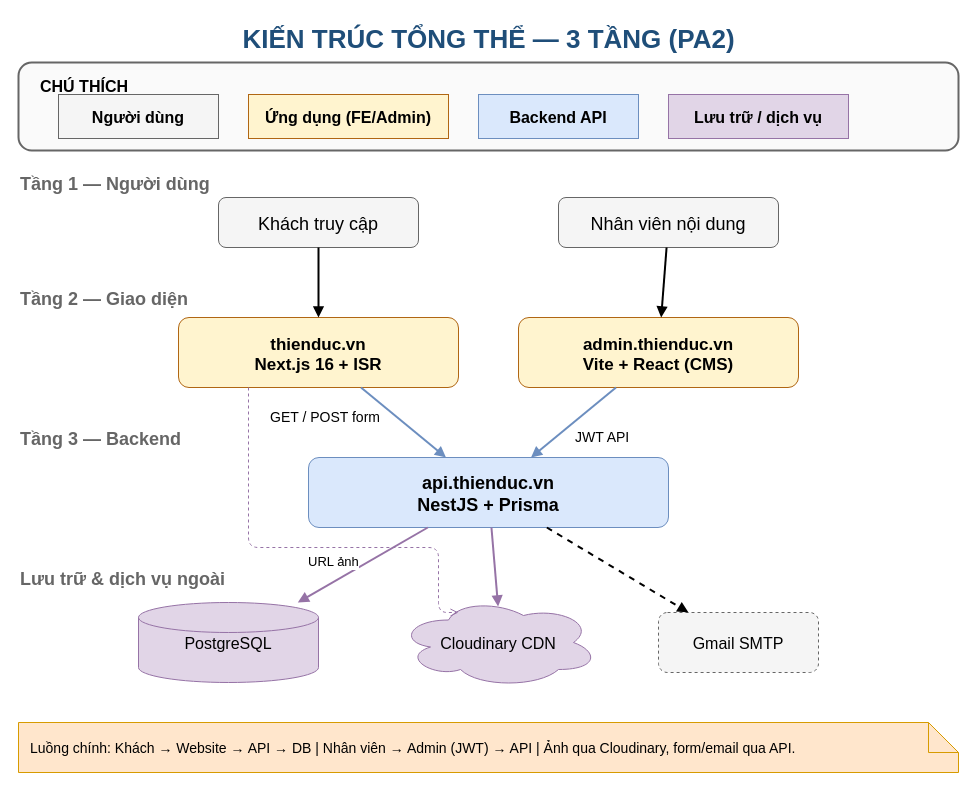
Before: 02-architecture/diagrams/05-kien-truc-3-tang.drawio in CESxMidas/thien-duc-website-docs, a draw.io diagram. Source tidied: cells renumbered, new cells numbered last; positions are measured from the earlier drawing's top-left corner, leaving out a move shared by most shapes. Both pictures are drawn from the tidied source at 100%, with x=0, y=0 at pixel (18, 17).
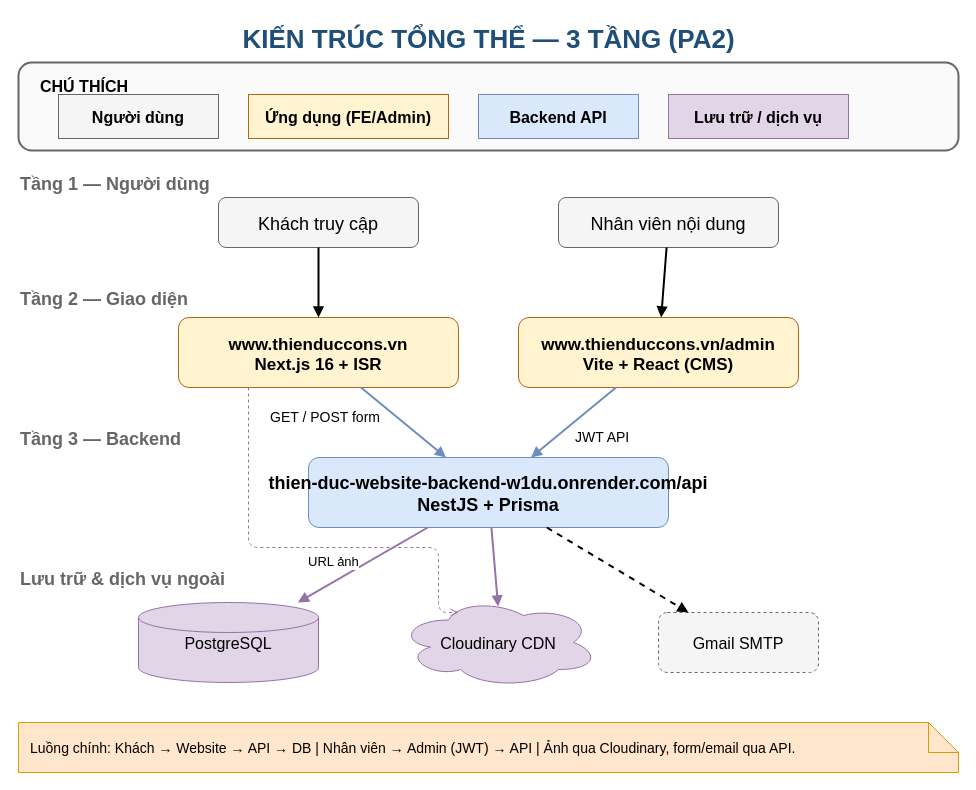
The same page after the edit.

Change to the diagram source:
```diff
@@
-    <mxCell id="13" value="thienduc.vn&#10;Next.js 16 + ISR" style="rounded=1;fillColor=#FFF4CF;strokeColor=#B06613;fontStyle=1;fontSize=17;align=center;" parent="1" vertex="1">
+    <mxCell id="13" value="www.thienduccons.vn&#10;Next.js 16 + ISR" style="rounded=1;fillColor=#FFF4CF;strokeColor=#B06613;fontStyle=1;fontSize=17;align=center;" parent="1" vertex="1">
       <mxGeometry x="160" y="300" width="280" height="70" as="geometry" />
     </mxCell>
-    <mxCell id="14" value="admin.thienduc.vn&#10;Vite + React (CMS)" style="rounded=1;fillColor=#FFF4CF;strokeColor=#B06613;fontStyle=1;fontSize=17;align=center;" parent="1" vertex="1">
+    <mxCell id="14" value="www.thienduccons.vn/admin&#10;Vite + React (CMS)" style="rounded=1;fillColor=#FFF4CF;strokeColor=#B06613;fontStyle=1;fontSize=17;align=center;" parent="1" vertex="1">
       <mxGeometry x="500" y="300" width="280" height="70" as="geometry" />
     </mxCell>
@@
-    <mxCell id="16" value="api.thienduc.vn&#10;NestJS + Prisma" style="rounded=1;fillColor=#DAE8FC;strokeColor=#6C8EBF;fontStyle=1;fontSize=18;align=center;" parent="1" vertex="1">
+    <mxCell id="16" value="thien-duc-website-backend-w1du.onrender.com/api&#10;NestJS + Prisma" style="rounded=1;fillColor=#DAE8FC;strokeColor=#6C8EBF;fontStyle=1;fontSize=18;align=center;" parent="1" vertex="1">
       <mxGeometry x="290" y="440" width="360" height="70" as="geometry" />
     </mxCell>
```
